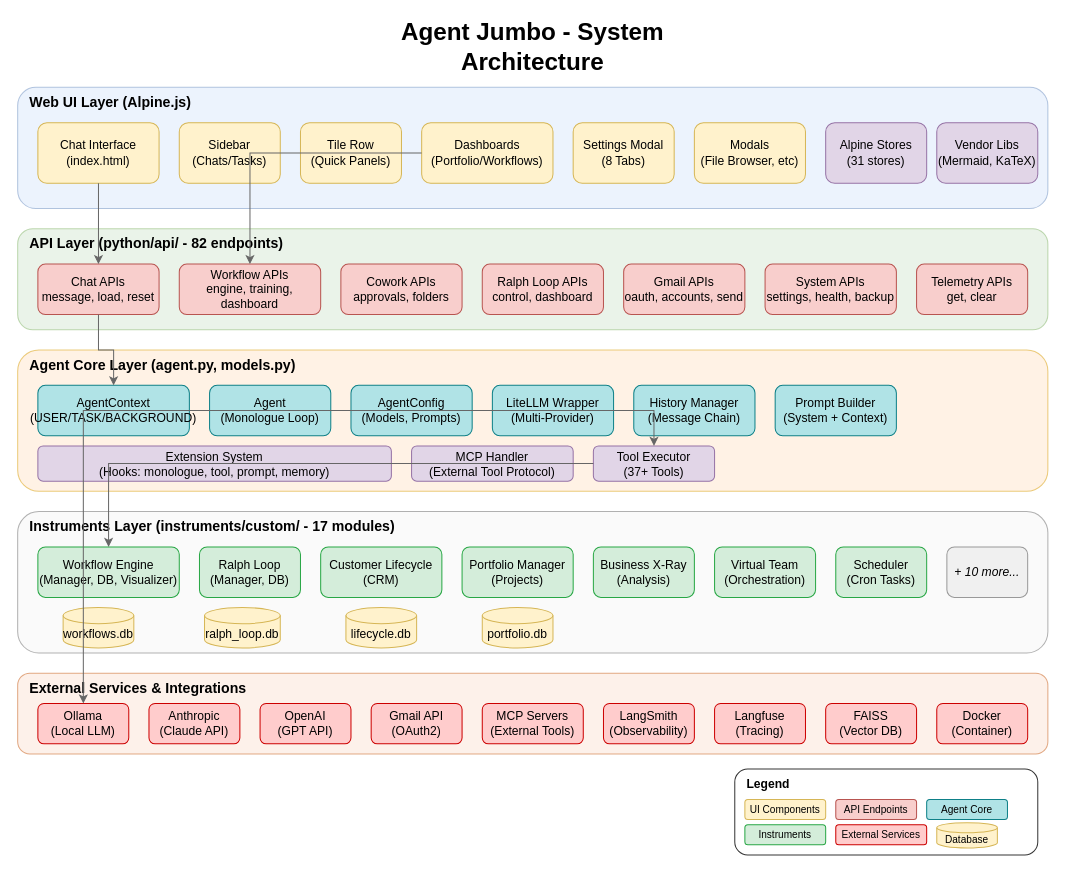
Earlier version of the draw.io diagram docs/diagrams/system-architecture.drawio (mahoosuc-solutions/agent-jumbo). Source tidied: cells renumbered, new cells numbered last; positions are measured from the earlier drawing's top-left corner, leaving out a move shared by most shapes. Both pictures are drawn from the tidied source at 101%, with x=0, y=0 at pixel (17, 26).
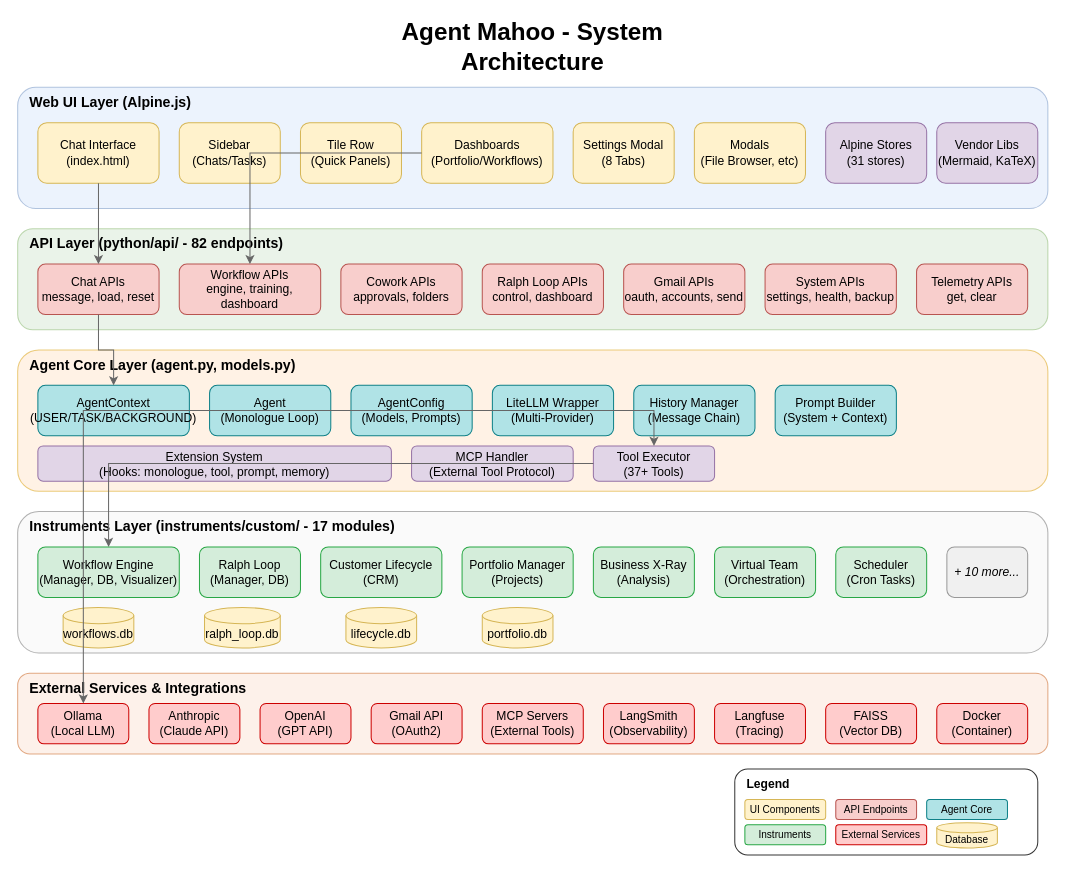
The same page after the edit.

The edit, as a diff of the source:
```diff
@@
-    <mxCell id="2" value="Agent Jumbo - System Architecture" style="text;html=1;strokeColor=none;fillColor=none;align=center;verticalAlign=middle;whiteSpace=wrap;rounded=0;fontSize=24;fontStyle=1;" parent="1" vertex="1">
+    <mxCell id="2" value="Agent Mahoo - System Architecture" style="text;html=1;strokeColor=none;fillColor=none;align=center;verticalAlign=middle;whiteSpace=wrap;rounded=0;fontSize=24;fontStyle=1;" parent="1" vertex="1">
       <mxGeometry x="310" width="400" height="40" as="geometry" />
     </mxCell>
```
